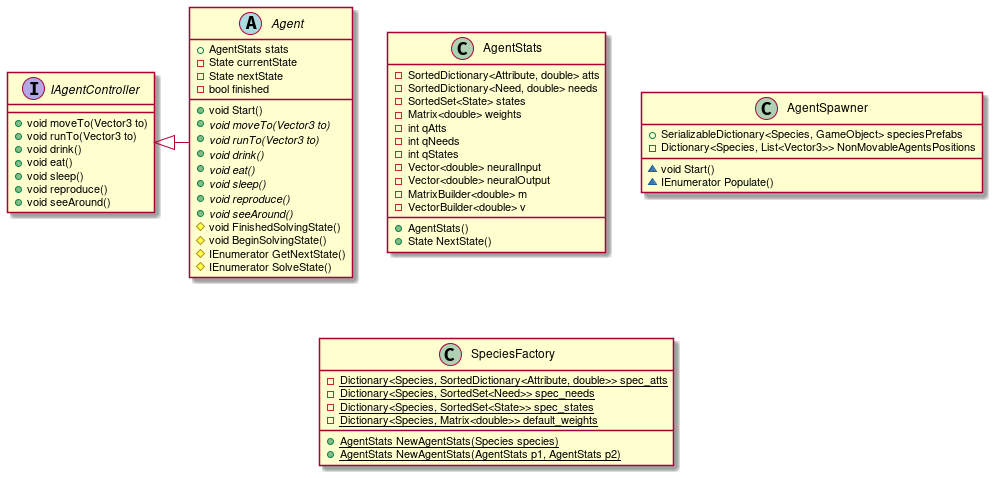
Above: Assets/UMLs/SemiGeneral.png in markovia-team/markovia (PlantUML), before the change. The source it was exported from:
```plantuml
@startuml
IAgentController <|- Agent

interface IAgentController {
+void moveTo(Vector3 to)
+void runTo(Vector3 to)
+void drink()
+void eat()
+void sleep()
+void reproduce()
+void seeAround()
}

abstract class Agent {
+AgentStats stats
-State currentState
-State nextState
-bool finished
+void Start()
+{abstract} void moveTo(Vector3 to)
+{abstract} void runTo(Vector3 to)
+{abstract} void drink()
+{abstract} void eat()
+{abstract} void sleep()
+{abstract} void reproduce()
+{abstract} void seeAround()
#void FinishedSolvingState()
#void BeginSolvingState()
#IEnumerator GetNextState()
#IEnumerator SolveState()
}

class AgentStats {
-SortedDictionary<Attribute, double> atts
-SortedDictionary<Need, double> needs
-SortedSet<State> states
-Matrix<double> weights
-int qAtts
-int qNeeds
-int qStates
-Vector<double> neuralInput
-Vector<double> neuralOutput
-MatrixBuilder<double> m
-VectorBuilder<double> v
+AgentStats()
+State NextState()
}

class AgentSpawner {
+SerializableDictionary<Species, GameObject> speciesPrefabs
-Dictionary<Species, List<Vector3>> NonMovableAgentsPositions
~void Start()
~IEnumerator Populate()
}

class SpeciesFactory {
-{static} Dictionary<Species, SortedDictionary<Attribute, double>> spec_atts
-{static} Dictionary<Species, SortedSet<Need>> spec_needs
-{static} Dictionary<Species, SortedSet<State>> spec_states
-{static} Dictionary<Species, Matrix<double>> default_weights
+{static} AgentStats NewAgentStats(Species species)
+{static} AgentStats NewAgentStats(AgentStats p1, AgentStats p2)
}

@enduml
```
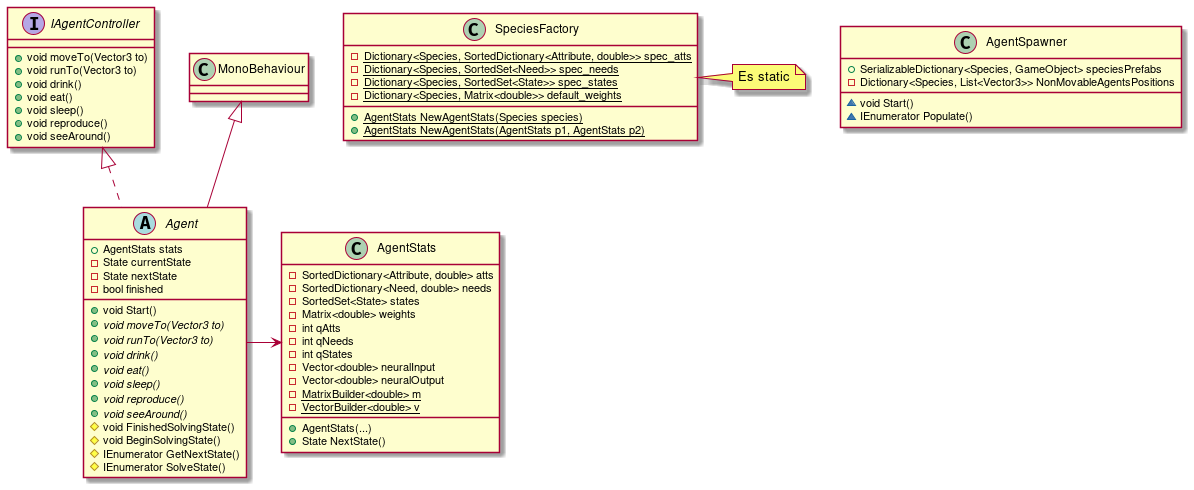
Above is the later version.

The edit, as a diff of the source:
```diff
@@ -1,5 +1,7 @@
 @startuml
-IAgentController <|- Agent
+IAgentController <|.. Agent
+Agent -> AgentStats
+MonoBehaviour <|-- Agent
 
 interface IAgentController {
 +void moveTo(Vector3 to)
@@ -40,9 +42,9 @@
 -int qStates
 -Vector<double> neuralInput
 -Vector<double> neuralOutput
--MatrixBuilder<double> m
--VectorBuilder<double> v
-+AgentStats()
+-{static}MatrixBuilder<double> m
+-{static}VectorBuilder<double> v
++AgentStats(...)
 +State NextState()
 }
 
@@ -62,4 +64,8 @@
 +{static} AgentStats NewAgentStats(AgentStats p1, AgentStats p2)
 }
 
+note right of SpeciesFactory
+Es static
+end note
+
 @enduml
```
